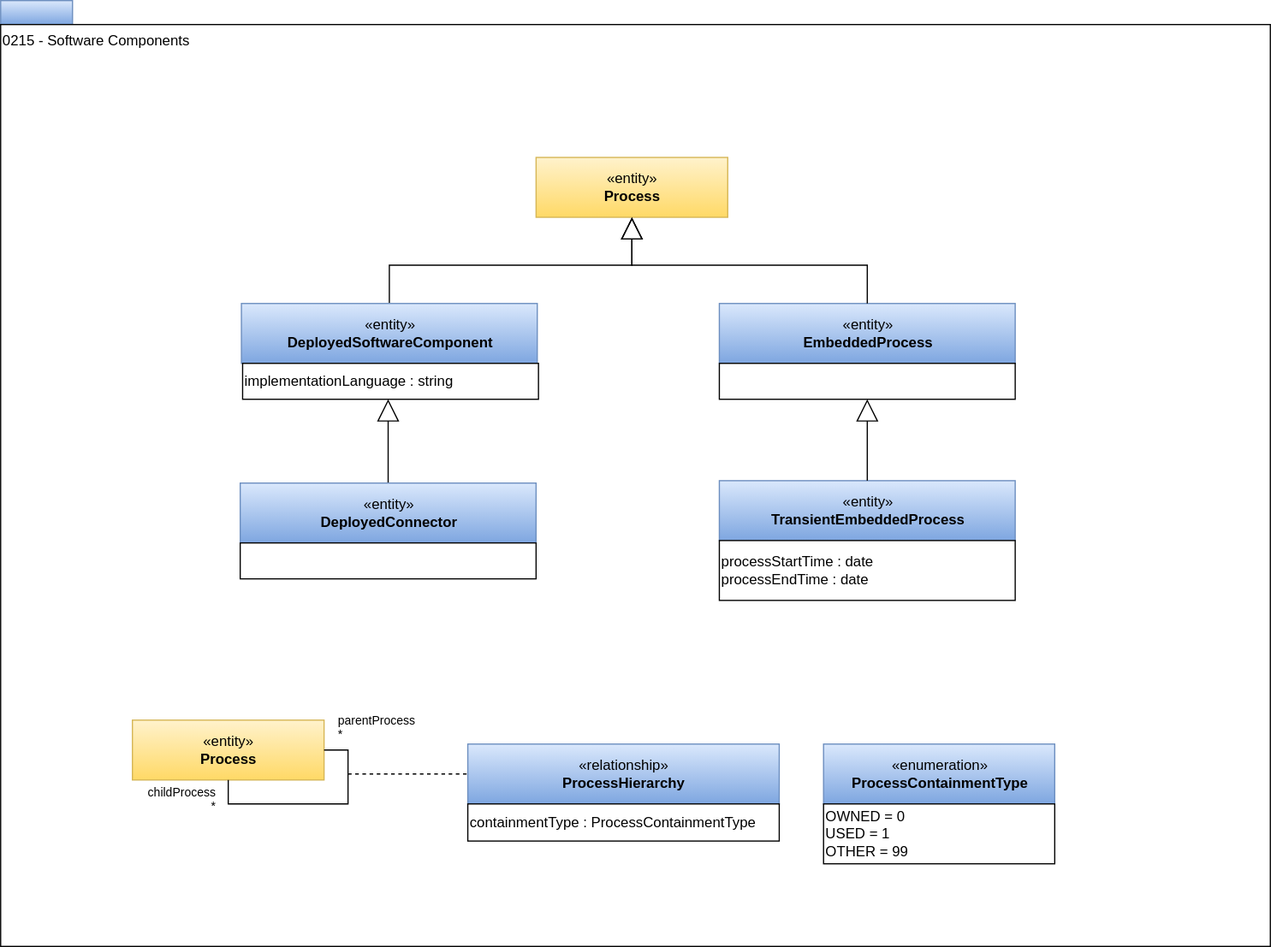
odpi/egeria-docs keeps this draw.io diagram as site/docs/types/2/0215-Software-Components.svg. Above is the earlier version. Source tidied: cells renumbered, new cells last; positions are measured from the earlier drawing's top-left corner, leaving out a move shared by most shapes.
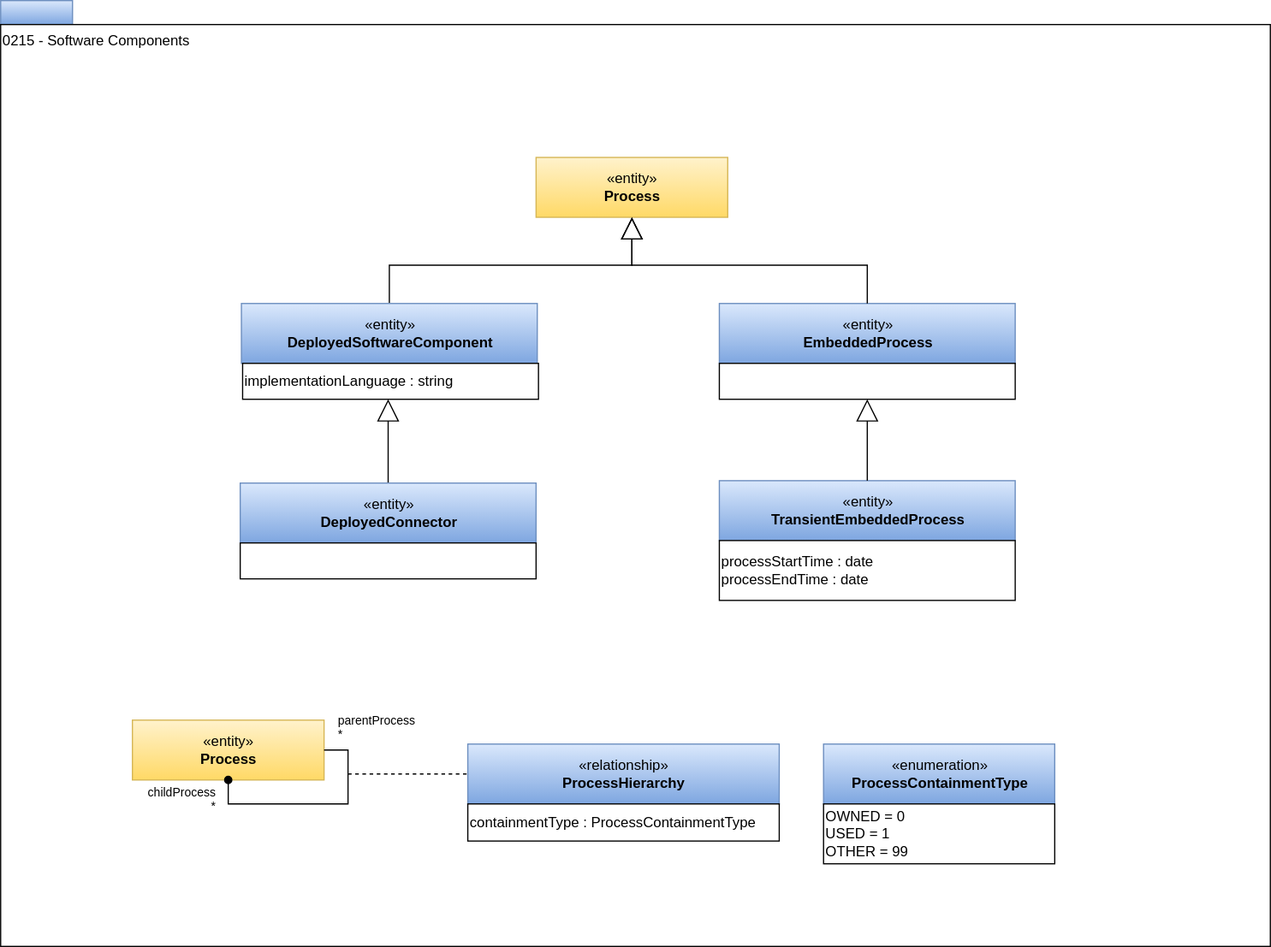
Later version of the same file.

Diff of the diagram source:
```diff
@@ -89,7 +89,7 @@
     <mxCell id="23" value="&lt;div style=&quot;text-align: left&quot;&gt;containmentType : ProcessContainmentType&lt;/div&gt;" style="rounded=0;whiteSpace=wrap;html=1;strokeColor=#000000;gradientColor=#ffffff;align=left;" parent="1" vertex="1">
       <mxGeometry x="390" y="671" width="260" height="31" as="geometry" />
     </mxCell>
-    <mxCell id="24" style="endArrow=none;html=1;edgeStyle=orthogonalEdgeStyle;exitX=1;exitY=0.5;exitDx=0;exitDy=0;entryX=0.5;entryY=1;entryDx=0;entryDy=0;rounded=0;" parent="1" edge="1" source="21" target="21">
+    <mxCell id="24" style="endArrow=oval;html=1;edgeStyle=orthogonalEdgeStyle;exitX=1;exitY=0.5;exitDx=0;exitDy=0;entryX=0.5;entryY=1;entryDx=0;entryDy=0;rounded=0;endFill=1;" parent="1" edge="1" source="21" target="21">
       <mxGeometry relative="1" as="geometry">
         <Array as="points">
           <mxPoint x="290" y="626" />
```
